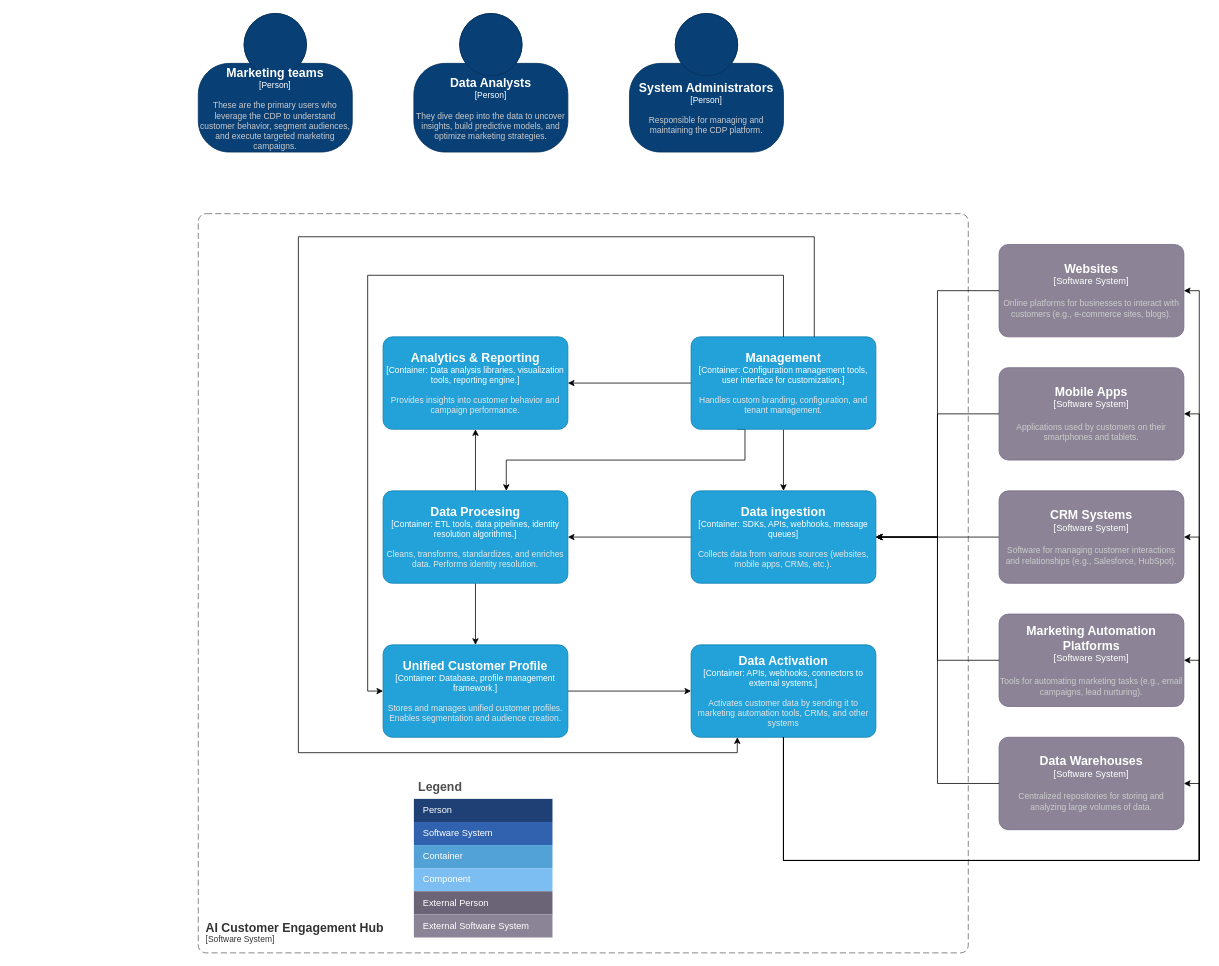
The draw.io diagram ai-customer-engagement-hub-context.drawio in marcialrivas/ai-customer-engagement-hub, before the edit. Source tidied: cells renumbered, new cells numbered last; positions are measured from the earlier drawing's top-left corner, leaving out a move shared by most shapes. Both pictures are drawn from the tidied source at 77%, with x=0, y=0 at pixel (198, 13).
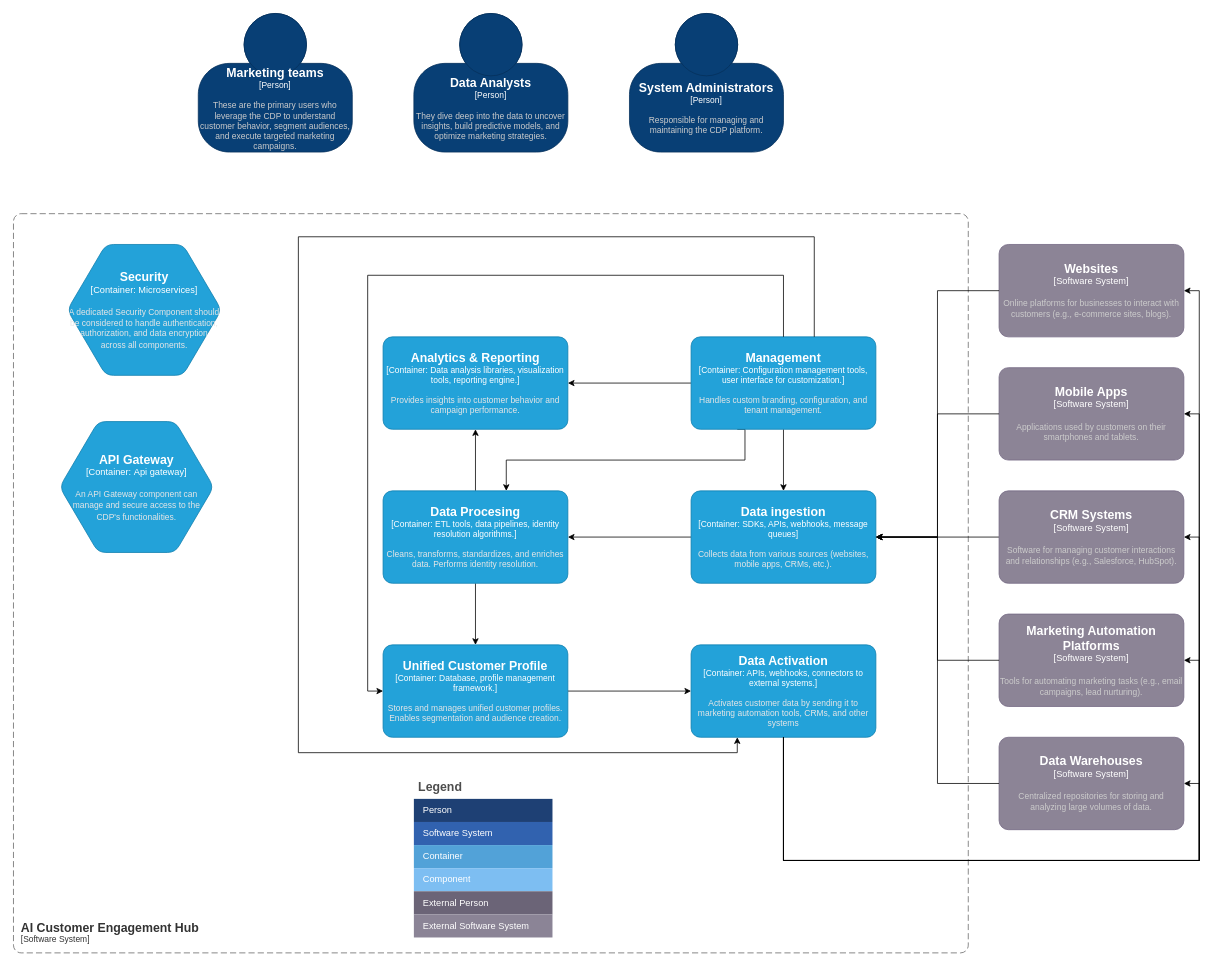
The same diagram, later.

Change to the diagram source:
```diff
@@
     <object id="15" label="&lt;font style=&quot;font-size: 16px&quot;&gt;&lt;b&gt;&lt;div style=&quot;text-align: left&quot;&gt;%c4Name%&lt;/div&gt;&lt;/b&gt;&lt;/font&gt;&lt;div style=&quot;text-align: left&quot;&gt;[%c4Application%]&lt;/div&gt;" c4Application="Software System" c4Name="AI Customer Engagement Hub" placeholders="1">
       <mxCell style="rounded=1;fontSize=11;whiteSpace=wrap;html=1;dashed=1;arcSize=20;fillColor=none;strokeColor=#666666;fontColor=#333333;labelBackgroundColor=none;align=left;verticalAlign=bottom;labelBorderColor=none;spacingTop=0;spacing=10;dashPattern=8 4;perimeter=rectanglePerimeter;noLabel=0;labelPadding=0;absoluteArcSize=1;" parent="1" vertex="1">
-        <mxGeometry y="260" width="1000" height="960" as="geometry" />
+        <mxGeometry x="-240" y="260" width="1240" height="960" as="geometry" />
       </mxCell>
     </object>
@@
+    <object id="49" label="&lt;font style=&quot;font-size: 16px&quot;&gt;&lt;b&gt;%c4Name%&lt;/b&gt;&lt;/font&gt;&lt;div&gt;[%c4Type%:&amp;nbsp;%c4Technology%]&lt;/div&gt;&lt;br&gt;&lt;div&gt;&lt;font style=&quot;font-size: 11px&quot;&gt;&lt;font color=&quot;#E6E6E6&quot;&gt;%c4Description%&lt;/font&gt;&lt;/div&gt;" c4Description="A dedicated Security Component should be considered to handle authentication, authorization, and data encryption across all components." c4Name="Security" c4Technology="Microservices" c4Type="Container" placeholders="1">
+      <mxCell style="shape=hexagon;size=50;perimeter=hexagonPerimeter2;whiteSpace=wrap;html=1;fixedSize=1;rounded=1;labelBackgroundColor=none;fillColor=#23A2D9;fontSize=12;fontColor=#ffffff;align=center;strokeColor=#0E7DAD;" parent="1" vertex="1">
+        <mxGeometry x="-170" y="300" width="200" height="170" as="geometry" />
+      </mxCell>
+    </object>
+    <object id="50" label="&lt;font style=&quot;font-size: 16px&quot;&gt;&lt;b&gt;%c4Name%&lt;/b&gt;&lt;/font&gt;&lt;div&gt;[%c4Type%:&amp;nbsp;%c4Technology%]&lt;/div&gt;&lt;br&gt;&lt;div&gt;&lt;font style=&quot;font-size: 11px&quot;&gt;&lt;font color=&quot;#E6E6E6&quot;&gt;%c4Description%&lt;/font&gt;&lt;/div&gt;" c4Description="An API Gateway component can manage and secure access to the CDP's functionalities." c4Name="API Gateway" c4Technology="Api gateway" c4Type="Container" placeholders="1">
+      <mxCell style="shape=hexagon;size=50;perimeter=hexagonPerimeter2;whiteSpace=wrap;html=1;fixedSize=1;rounded=1;labelBackgroundColor=none;fillColor=#23A2D9;fontSize=12;fontColor=#ffffff;align=center;strokeColor=#0E7DAD;" parent="1" vertex="1">
+        <mxGeometry x="-180" y="530" width="200" height="170" as="geometry" />
+      </mxCell>
+    </object>
```
